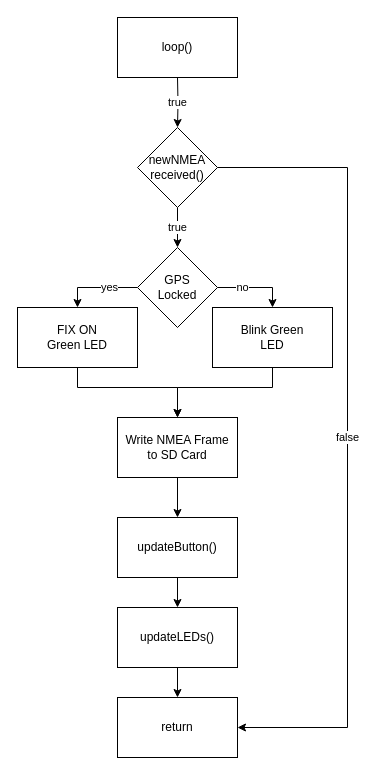
This is page "loop()" (2 of 3) of docs/Ionik Arduino Code Flow.drawio from vbreder/ionik, a draw.io file, before an edit. Source tidied: cells renumbered, new cells numbered last; positions are measured from the earlier drawing's top-left corner, leaving out a move shared by most shapes. Both pictures are drawn from the tidied source at 100%, with x=0, y=0 at pixel (17, 17).
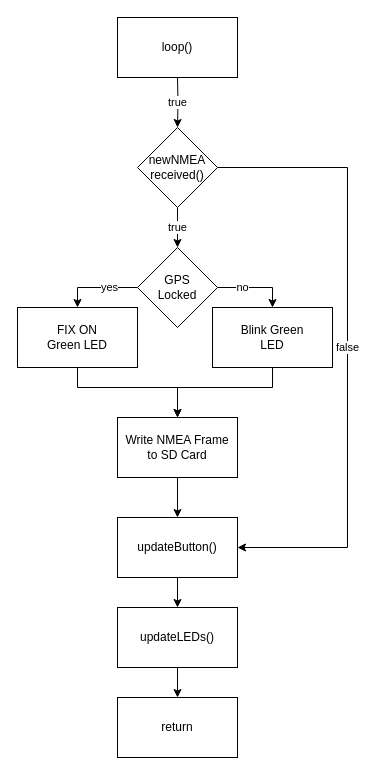
The same page after the edit.

Unchanged cells that the change refers to:
```xml
<mxCell id="5" value="&lt;div&gt;&lt;span class=&quot;pl-c1&quot;&gt;newNMEA&lt;/span&gt;&lt;/div&gt;&lt;div&gt;&lt;span class=&quot;pl-c1&quot;&gt;received&lt;/span&gt;()&lt;/div&gt;" style="rhombus;whiteSpace=wrap;html=1;" parent="1" vertex="1">
  <mxGeometry x="120" y="110" width="80" height="80" as="geometry" />
</mxCell>
<mxCell id="16" value="updateButton()" style="rounded=0;whiteSpace=wrap;html=1;" parent="1" vertex="1">
  <mxGeometry x="100" y="500" width="120" height="60" as="geometry" />
</mxCell>
<mxCell id="19" value="return" style="rounded=0;whiteSpace=wrap;html=1;" parent="1" vertex="1">
  <mxGeometry x="100" y="680" width="120" height="60" as="geometry" />
</mxCell>
```

Change to the diagram source:
```diff
@@
-    <mxCell id="3" value="&lt;div&gt;false&lt;/div&gt;" style="edgeStyle=orthogonalEdgeStyle;rounded=0;jettySize=auto;html=1;entryX=1;entryY=0.5;entryDx=0;entryDy=0;" parent="1" edge="1" source="5" target="19">
+    <mxCell id="3" value="&lt;div&gt;false&lt;/div&gt;" style="edgeStyle=orthogonalEdgeStyle;rounded=0;jettySize=auto;html=1;entryX=1;entryY=0.5;entryDx=0;entryDy=0;" parent="1" edge="1" source="5" target="16">
       <mxGeometry relative="1" as="geometry">
         <Array as="points">
           <mxPoint x="330" y="150" />
-          <mxPoint x="330" y="710" />
+          <mxPoint x="330" y="530" />
         </Array>
       </mxGeometry>
     </mxCell>
```
